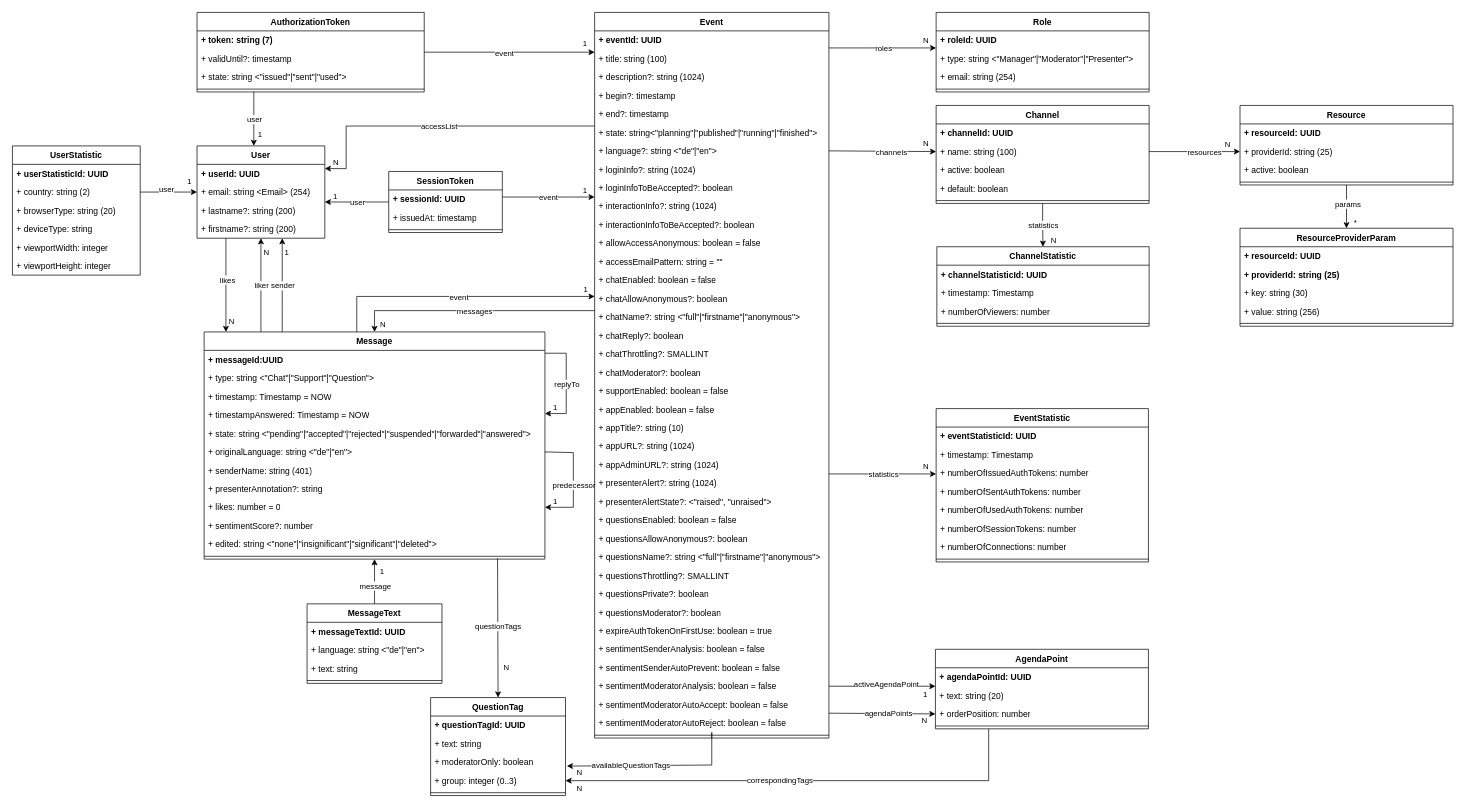
rse/broadcast keeps this draw.io diagram as page "Page-1" (1 of 2) of doc/2-specification-datamodel.drawio. Above is the earlier version. Source tidied: cells renumbered, new cells numbered last; positions are measured from the earlier drawing's top-left corner, leaving out a move shared by most shapes. Both pictures are drawn from the tidied source at 71%, with x=0, y=0 at pixel (12, 12).
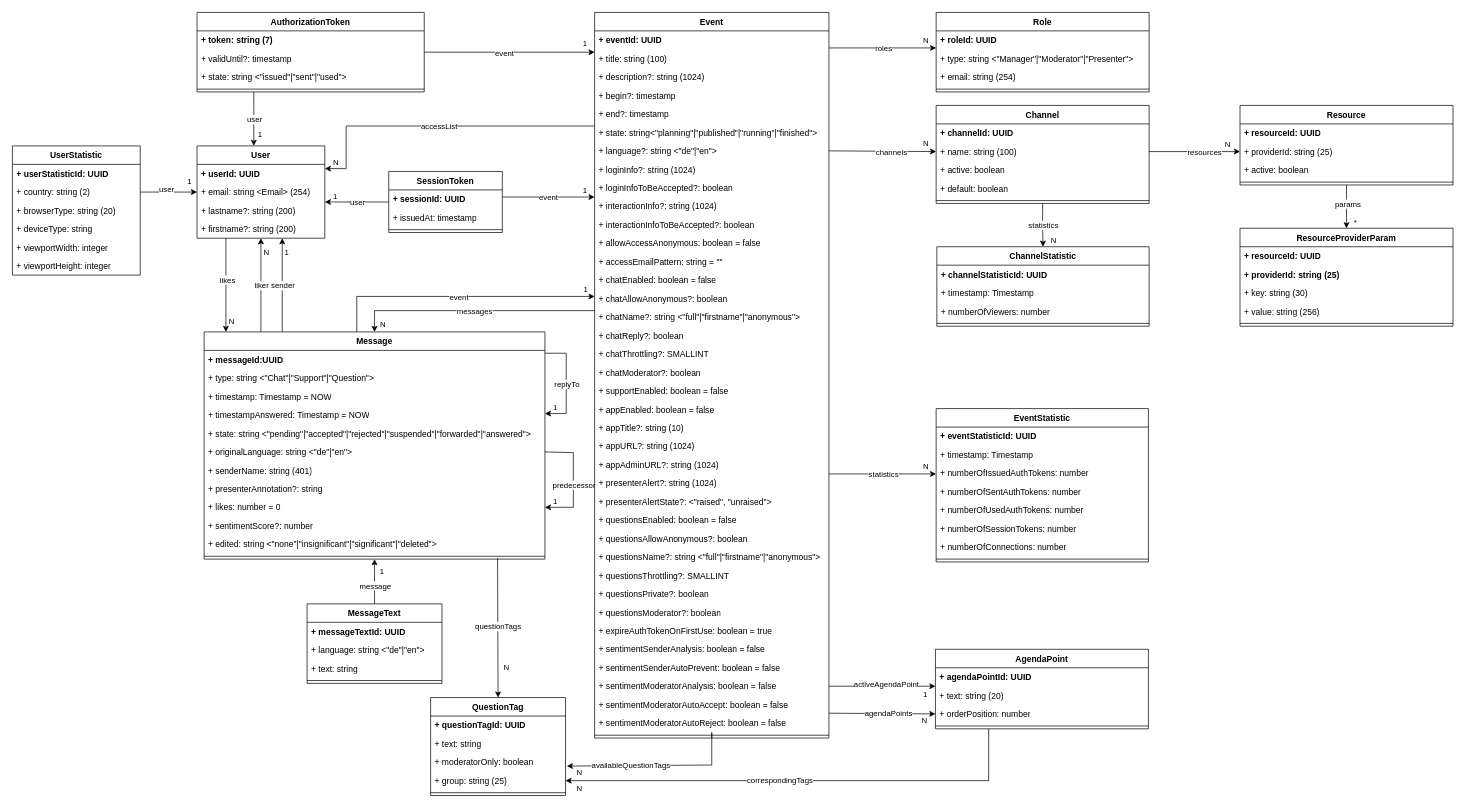
Above is the later version.

Commit message (it also covers changes not shown here):
Attribut group from QuestionTag is now a string (not an int anymore)

The change refers to these unchanged cells:
```xml
<mxCell id="145" value="QuestionTag" style="swimlane;fontStyle=1;align=center;verticalAlign=top;horizontal=1;startSize=26;whiteSpace=wrap;html=1;" parent="1" vertex="1">
  <mxGeometry x="589" y="965" width="190" height="138" as="geometry" />
</mxCell>
```

Diff of the diagram source:
```diff
@@
-    <mxCell id="149" value="+ group: integer (0..3)" style="text;strokeColor=none;fillColor=none;align=left;verticalAlign=top;spacingLeft=4;spacingRight=4;overflow=hidden;points=[[0,0.5],[1,0.5]];portConstraint=eastwest;whiteSpace=wrap;html=1;" parent="145" vertex="1">
+    <mxCell id="149" value="+ group: string (25)" style="text;strokeColor=none;fillColor=none;align=left;verticalAlign=top;spacingLeft=4;spacingRight=4;overflow=hidden;points=[[0,0.5],[1,0.5]];portConstraint=eastwest;whiteSpace=wrap;html=1;" parent="145" vertex="1">
       <mxGeometry y="104" width="190" height="26" as="geometry" />
     </mxCell>
```
